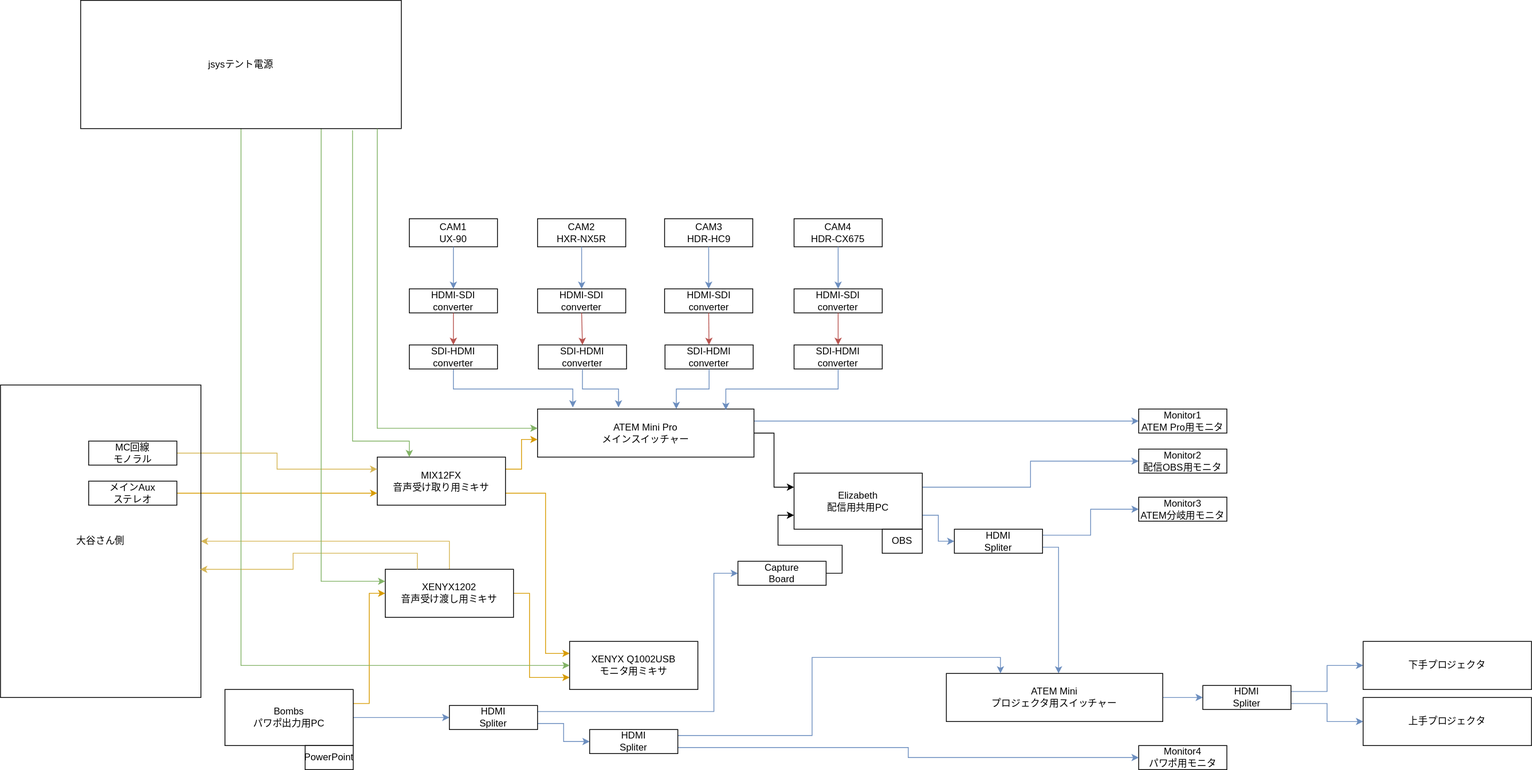
This is drawio-svg/jsys23-eizou-wiring.drawio.svg from dolceWFC/sohosai-eizou-live-wiring, a draw.io export, as it was before one commit. Source tidied: cells renumbered, new cells last; positions are measured from the earlier drawing's top-left corner, leaving out a move shared by most shapes.
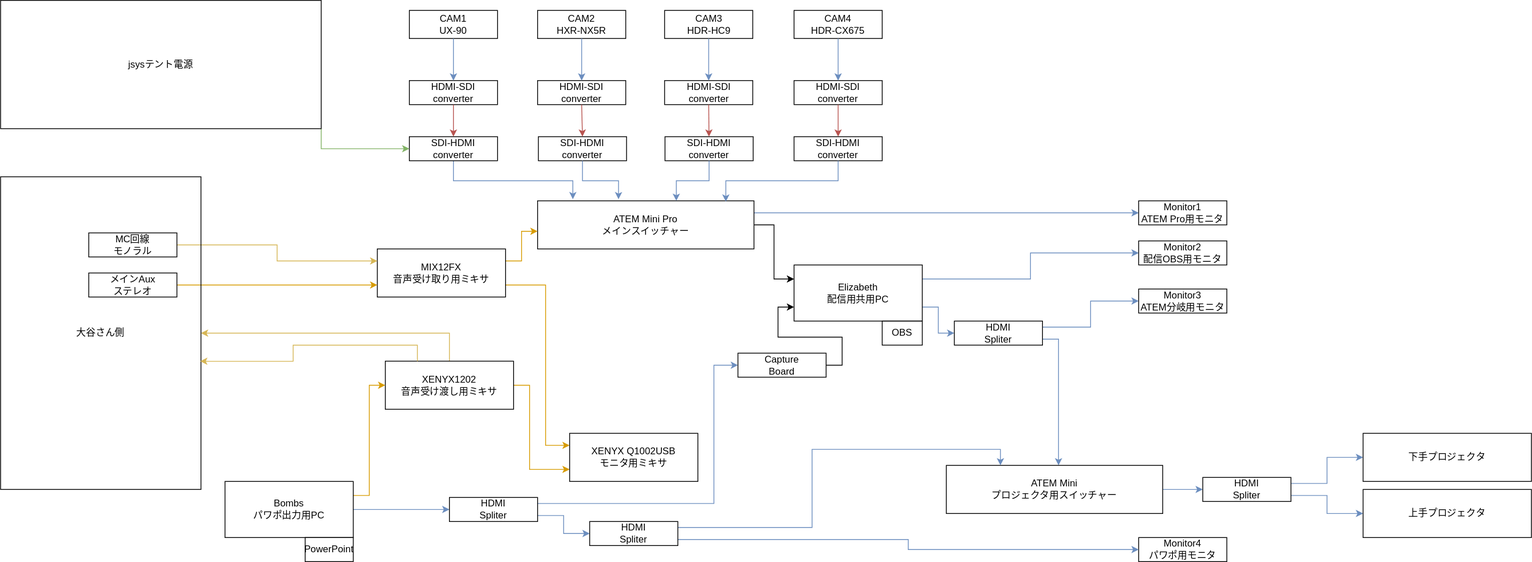
After the change.

Commit message:
jsys23-eizou-wiring.drawio.svg を更新します

Diff of the diagram source:
```diff
@@ -231,31 +231,11 @@
     <mxCell id="71" value="Capture&lt;br&gt;Board" style="text;html=1;strokeColor=default;fillColor=none;align=center;verticalAlign=middle;whiteSpace=wrap;rounded=0;" parent="1" vertex="1">
       <mxGeometry x="920" y="700" width="110" height="30" as="geometry" />
     </mxCell>
-    <mxCell id="72" style="edgeStyle=orthogonalEdgeStyle;rounded=0;jettySize=auto;html=1;exitX=0.848;exitY=1.013;exitDx=0;exitDy=0;entryX=0.25;entryY=0;entryDx=0;entryDy=0;fillColor=#d5e8d4;strokeColor=#82b366;exitPerimeter=0;" parent="1" edge="1" source="75" target="36">
-      <mxGeometry relative="1" as="geometry">
-        <Array as="points">
-          <mxPoint x="439" y="550" />
-          <mxPoint x="510" y="550" />
-        </Array>
-      </mxGeometry>
-    </mxCell>
-    <mxCell id="73" style="edgeStyle=orthogonalEdgeStyle;rounded=0;jettySize=auto;html=1;exitX=0.75;exitY=1;exitDx=0;exitDy=0;entryX=0;entryY=0.25;entryDx=0;entryDy=0;fillColor=#d5e8d4;strokeColor=#82b366;" parent="1" edge="1" source="75" target="43">
-      <mxGeometry relative="1" as="geometry" />
-    </mxCell>
-    <mxCell id="74" style="edgeStyle=orthogonalEdgeStyle;rounded=0;jettySize=auto;html=1;exitX=0.5;exitY=1;exitDx=0;exitDy=0;entryX=0;entryY=0.5;entryDx=0;entryDy=0;fillColor=#d5e8d4;strokeColor=#82b366;" parent="1" edge="1" source="75" target="50">
-      <mxGeometry relative="1" as="geometry" />
-    </mxCell>
+    <mxCell id="77" style="edgeStyle=orthogonalEdgeStyle;rounded=0;jettySize=auto;html=1;exitX=1;exitY=1;exitDx=0;exitDy=0;entryX=0;entryY=0.5;entryDx=0;entryDy=0;fillColor=#d5e8d4;strokeColor=#82b366;" parent="1" edge="1" source="75" target="15">
+      <mxGeometry relative="1" as="geometry" />
+    </mxCell>
     <mxCell id="75" value="jsysテント電源" style="text;html=1;strokeColor=default;fillColor=none;align=center;verticalAlign=middle;whiteSpace=wrap;rounded=0;" parent="1" vertex="1">
-      <mxGeometry x="100" width="400" height="160" as="geometry" />
+      <mxGeometry y="260" width="400" height="160" as="geometry" />
     </mxCell>
-    <mxCell id="76" style="edgeStyle=orthogonalEdgeStyle;rounded=0;jettySize=auto;html=1;entryX=0;entryY=0.4;entryDx=0;entryDy=0;entryPerimeter=0;fillColor=#d5e8d4;strokeColor=#82b366;" parent="1" edge="1" target="25">
-      <mxGeometry relative="1" as="geometry">
-        <mxPoint x="470" y="160" as="sourcePoint" />
-        <Array as="points">
-          <mxPoint x="470" y="160" />
-          <mxPoint x="470" y="534" />
-        </Array>
-      </mxGeometry>
-    </mxCell>
   </root>
 </mxGraphModel>
```
